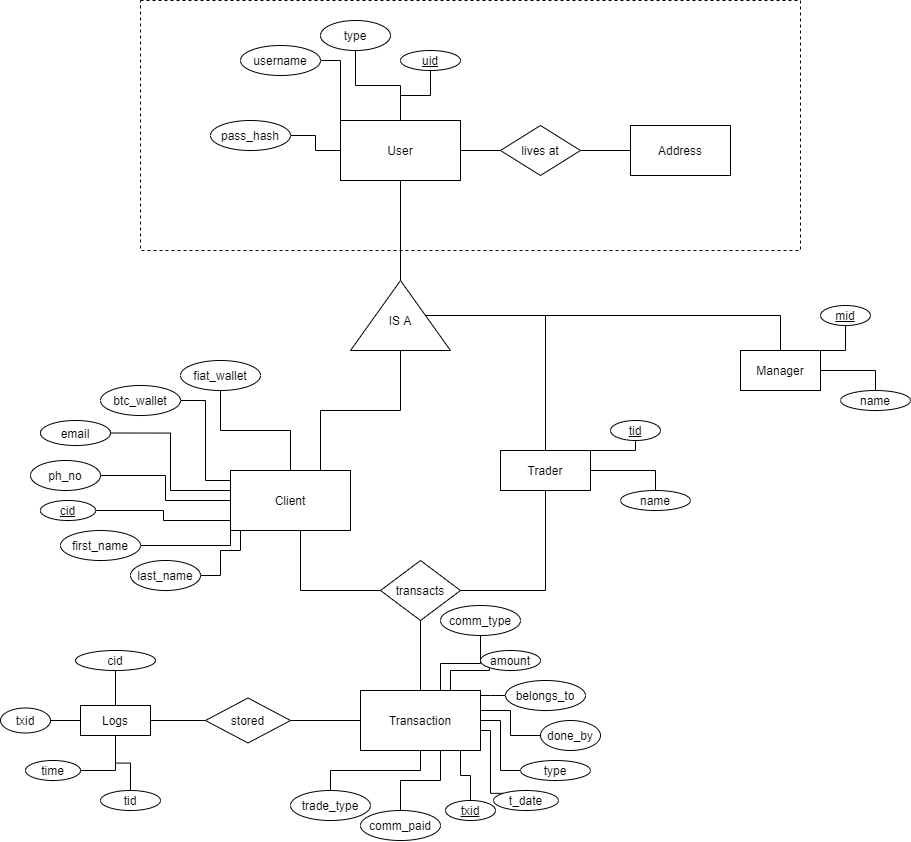
deepgosalia1/rbts keeps this draw.io diagram as BitcoinER.drawio.png. Above is the earlier version. Source tidied: cells renumbered, new cells last; positions are measured from the earlier drawing's top-left corner, leaving out a move shared by most shapes.
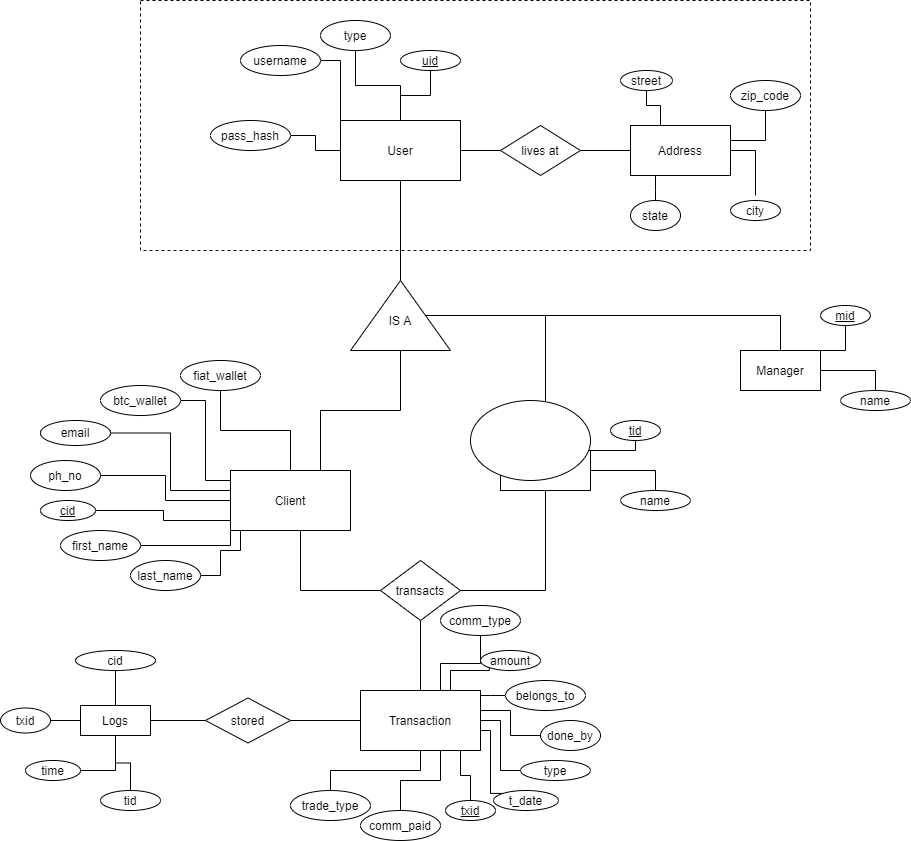
After the commit.

The edit, as a diff of the source:
```diff
@@ -3,7 +3,7 @@
     <mxCell id="0" />
     <mxCell id="1" parent="0" />
     <mxCell id="2" style="rounded=0;whiteSpace=wrap;html=1;fillColor=none;dashed=1;" parent="1" vertex="1">
-      <mxGeometry x="140" width="660" height="250" as="geometry" />
+      <mxGeometry x="140" width="670" height="250" as="geometry" />
     </mxCell>
     <mxCell id="3" style="edgeStyle=orthogonalEdgeStyle;rounded=0;jettySize=auto;html=1;entryX=1;entryY=0.5;entryDx=0;entryDy=0;strokeColor=default;endArrow=none;endFill=0;" parent="1" edge="1" source="10" target="13">
       <mxGeometry relative="1" as="geometry" />
@@ -44,6 +44,34 @@
     <mxCell id="13" value="pass_hash" style="ellipse;whiteSpace=wrap;html=1;" parent="1" vertex="1">
       <mxGeometry x="210" y="120" width="80" height="30" as="geometry" />
     </mxCell>
+    <mxCell id="83" style="edgeStyle=orthogonalEdgeStyle;rounded=0;jettySize=auto;html=1;entryX=0.5;entryY=0;entryDx=0;entryDy=0;endArrow=none;endFill=0;strokeColor=default;" parent="1" edge="1" source="14" target="88">
+      <mxGeometry relative="1" as="geometry">
+        <Array as="points">
+          <mxPoint x="655" y="190" />
+          <mxPoint x="655" y="190" />
+        </Array>
+      </mxGeometry>
+    </mxCell>
+    <mxCell id="84" style="edgeStyle=orthogonalEdgeStyle;rounded=0;jettySize=auto;html=1;endArrow=none;endFill=0;strokeColor=default;" parent="1" edge="1" source="14">
+      <mxGeometry relative="1" as="geometry">
+        <mxPoint x="755" y="195" as="targetPoint" />
+      </mxGeometry>
+    </mxCell>
+    <mxCell id="85" style="edgeStyle=orthogonalEdgeStyle;rounded=0;jettySize=auto;html=1;entryX=0.5;entryY=1;entryDx=0;entryDy=0;endArrow=none;endFill=0;strokeColor=default;" parent="1" edge="1" source="14" target="91">
+      <mxGeometry relative="1" as="geometry">
+        <Array as="points">
+          <mxPoint x="765" y="140" />
+        </Array>
+      </mxGeometry>
+    </mxCell>
+    <mxCell id="86" style="edgeStyle=orthogonalEdgeStyle;rounded=0;jettySize=auto;html=1;entryX=0.5;entryY=1;entryDx=0;entryDy=0;endArrow=none;endFill=0;strokeColor=default;" parent="1" edge="1" source="14" target="90">
+      <mxGeometry relative="1" as="geometry">
+        <Array as="points">
+          <mxPoint x="660" y="105" />
+          <mxPoint x="646" y="105" />
+        </Array>
+      </mxGeometry>
+    </mxCell>
     <mxCell id="14" value="Address" style="rounded=0;whiteSpace=wrap;html=1;" parent="1" vertex="1">
       <mxGeometry x="630" y="125" width="100" height="50" as="geometry" />
     </mxCell>
@@ -338,5 +366,20 @@
     <mxCell id="82" value="time" style="ellipse;whiteSpace=wrap;html=1;fillColor=default;" parent="1" vertex="1">
       <mxGeometry x="25" y="760" width="55" height="20" as="geometry" />
     </mxCell>
+    <mxCell id="87" style="ellipse;whiteSpace=wrap;html=1;fillColor=default;" parent="1" vertex="1">
+      <mxGeometry x="470" y="400" width="120" height="80" as="geometry" />
+    </mxCell>
+    <mxCell id="88" value="state" style="ellipse;whiteSpace=wrap;html=1;fillColor=default;" parent="1" vertex="1">
+      <mxGeometry x="630" y="200" width="50" height="30" as="geometry" />
+    </mxCell>
+    <mxCell id="89" value="city" style="ellipse;whiteSpace=wrap;html=1;fillColor=default;" parent="1" vertex="1">
+      <mxGeometry x="730" y="200" width="50" height="20" as="geometry" />
+    </mxCell>
+    <mxCell id="90" value="street" style="ellipse;whiteSpace=wrap;html=1;fillColor=default;" parent="1" vertex="1">
+      <mxGeometry x="620" y="70" width="52" height="20" as="geometry" />
+    </mxCell>
+    <mxCell id="91" value="zip_code" style="ellipse;whiteSpace=wrap;html=1;fillColor=default;" parent="1" vertex="1">
+      <mxGeometry x="730" y="80" width="70" height="30" as="geometry" />
+    </mxCell>
   </root>
 </mxGraphModel>
```
